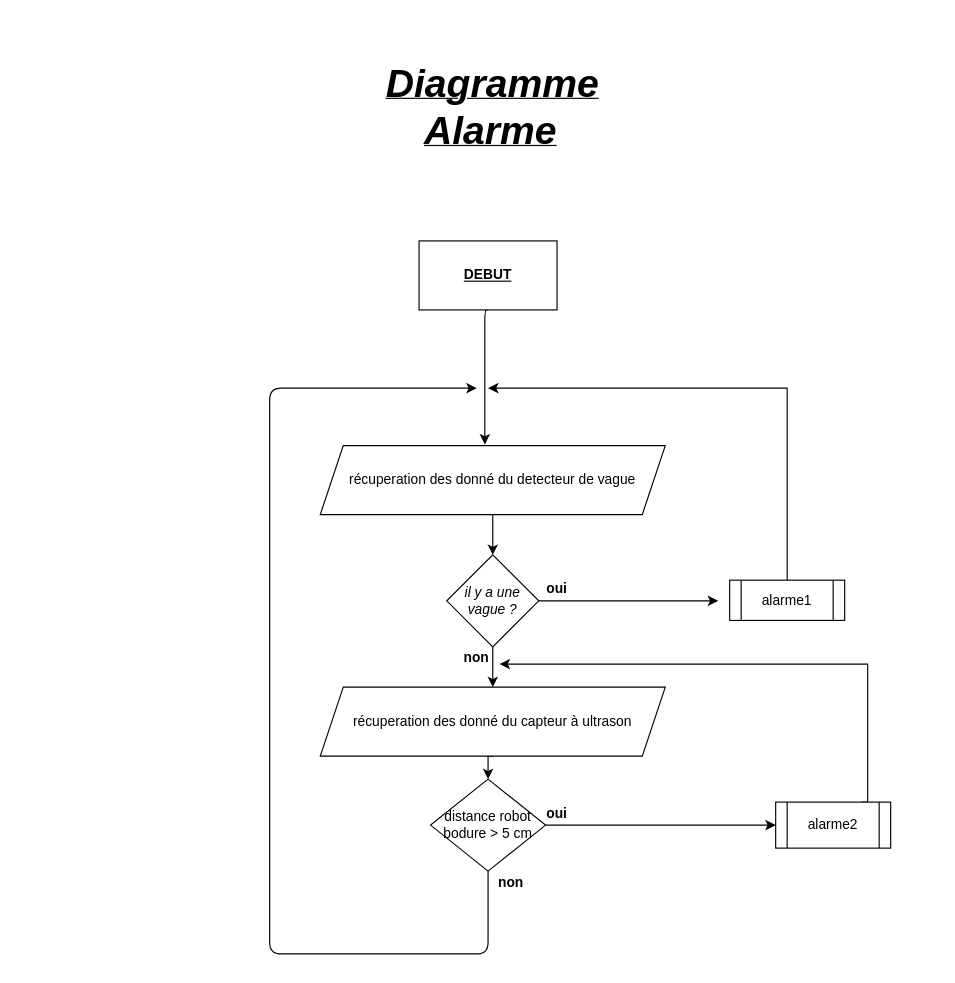
The draw.io diagram Untitled Diagram.drawio in drovrak/ProjetSI-2021-, before the edit. Source tidied: cells renumbered, new cells numbered last; positions are measured from the earlier drawing's top-left corner, leaving out a move shared by most shapes. Both pictures are drawn from the tidied source at 115%, with x=0, y=0 at pixel (269, 20).
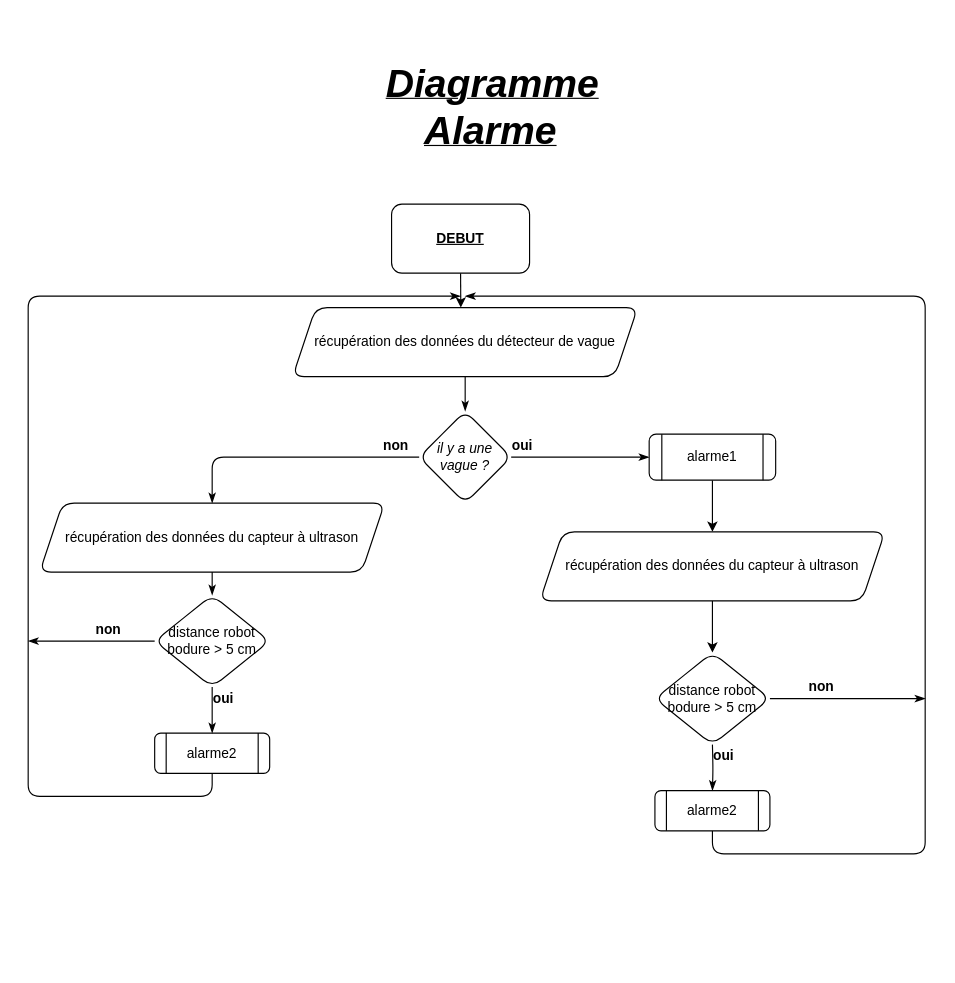
The same diagram, later.

The edit, as a diff of the source:
```diff
@@
-    <mxCell id="2" style="edgeStyle=orthogonalEdgeStyle;jettySize=auto;html=1;exitX=0.5;exitY=1;exitDx=0;exitDy=0;entryX=0.477;entryY=-0.017;entryDx=0;entryDy=0;entryPerimeter=0;" parent="1" edge="1" source="3" target="5">
-      <mxGeometry relative="1" as="geometry">
-        <Array as="points">
-          <mxPoint x="187" y="252" />
-        </Array>
-      </mxGeometry>
-    </mxCell>
+    <mxCell id="23" style="edgeStyle=orthogonalEdgeStyle;jettySize=auto;html=1;exitX=0.5;exitY=1;exitDx=0;exitDy=0;sketch=0;shadow=0;" parent="1" edge="1" source="3">
+      <mxGeometry relative="1" as="geometry">
+        <mxPoint x="166.2" y="250" as="targetPoint" />
+      </mxGeometry>
+    </mxCell>
-    <mxCell id="3" value="&lt;b&gt;&lt;u&gt;DEBUT&lt;/u&gt;&lt;/b&gt;" style="whiteSpace=wrap;html=1;" parent="1" vertex="1">
-      <mxGeometry x="129.9" y="192" width="120" height="60" as="geometry" />
+    <mxCell id="3" value="&lt;b&gt;&lt;u&gt;DEBUT&lt;/u&gt;&lt;/b&gt;" style="whiteSpace=wrap;html=1;rounded=1;sketch=0;shadow=0;" parent="1" vertex="1">
+      <mxGeometry x="106" y="160" width="120" height="60" as="geometry" />
     </mxCell>
-    <mxCell id="4" style="edgeStyle=orthogonalEdgeStyle;rounded=0;jettySize=auto;html=1;exitX=0.5;exitY=1;exitDx=0;exitDy=0;entryX=0.5;entryY=0;entryDx=0;entryDy=0;" parent="1" edge="1" source="5" target="7">
-      <mxGeometry relative="1" as="geometry" />
-    </mxCell>
+    <mxCell id="24" style="edgeStyle=orthogonalEdgeStyle;rounded=1;sketch=0;jettySize=auto;html=1;exitX=0.5;exitY=1;exitDx=0;exitDy=0;shadow=0;endArrow=classicThin;endFill=1;" parent="1" edge="1" source="5">
+      <mxGeometry relative="1" as="geometry">
+        <mxPoint x="170" y="340" as="targetPoint" />
+      </mxGeometry>
+    </mxCell>
-    <mxCell id="5" value="récuperation des donné du detecteur de vague" style="shape=parallelogram;perimeter=parallelogramPerimeter;whiteSpace=wrap;html=1;fixedSize=1;" parent="1" vertex="1">
-      <mxGeometry x="44" y="370" width="300" height="60" as="geometry" />
+    <mxCell id="5" value="récupération des données du détecteur de vague" style="shape=parallelogram;perimeter=parallelogramPerimeter;whiteSpace=wrap;html=1;fixedSize=1;rounded=1;sketch=0;shadow=0;" parent="1" vertex="1">
+      <mxGeometry x="20" y="250" width="300" height="60" as="geometry" />
     </mxCell>
-    <mxCell id="6" style="edgeStyle=orthogonalEdgeStyle;rounded=0;jettySize=auto;html=1;exitX=0.5;exitY=1;exitDx=0;exitDy=0;entryX=0.5;entryY=0;entryDx=0;entryDy=0;" parent="1" edge="1" source="7" target="16">
+    <mxCell id="6" style="edgeStyle=orthogonalEdgeStyle;rounded=0;jettySize=auto;html=1;exitX=0.5;exitY=1;exitDx=0;exitDy=0;entryX=0.5;entryY=0;entryDx=0;entryDy=0;" parent="1" edge="1" source="7">
       <mxGeometry relative="1" as="geometry" />
     </mxCell>
+    <mxCell id="25" style="edgeStyle=orthogonalEdgeStyle;rounded=1;sketch=0;jettySize=auto;html=1;exitX=1;exitY=0.5;exitDx=0;exitDy=0;entryX=0;entryY=0.5;entryDx=0;entryDy=0;shadow=0;endArrow=classicThin;endFill=1;" parent="1" edge="1" source="7" target="29">
+      <mxGeometry relative="1" as="geometry" />
+    </mxCell>
+    <mxCell id="26" style="edgeStyle=orthogonalEdgeStyle;rounded=1;sketch=0;jettySize=auto;html=1;exitX=0;exitY=0.5;exitDx=0;exitDy=0;shadow=0;endArrow=classicThin;endFill=1;entryX=0.5;entryY=0;entryDx=0;entryDy=0;" parent="1" edge="1" source="7" target="37">
+      <mxGeometry relative="1" as="geometry" />
+    </mxCell>
-    <mxCell id="7" value="&lt;i&gt;il y a une vague ?&lt;/i&gt;" style="rhombus;whiteSpace=wrap;html=1;" parent="1" vertex="1">
-      <mxGeometry x="154" y="465" width="80" height="80" as="geometry" />
+    <mxCell id="7" value="&lt;i&gt;il y a une vague ?&lt;/i&gt;" style="rhombus;whiteSpace=wrap;html=1;rounded=1;sketch=0;shadow=0;" parent="1" vertex="1">
+      <mxGeometry x="130" y="340" width="80" height="80" as="geometry" />
     </mxCell>
-    <mxCell id="8" style="endArrow=classic;html=1;exitX=1;exitY=0.5;exitDx=0;exitDy=0;entryX=0;entryY=0.5;entryDx=0;entryDy=0;" parent="1" edge="1" source="7">
-      <mxGeometry relative="1" as="geometry">
-        <mxPoint x="389.9" y="505" as="targetPoint" />
-      </mxGeometry>
-    </mxCell>
-    <mxCell id="9" value="&lt;b&gt;oui&lt;/b&gt;" style="text;html=1;strokeColor=none;fillColor=none;align=center;verticalAlign=middle;whiteSpace=wrap;" parent="1" vertex="1">
-      <mxGeometry x="229.9" y="485" width="40" height="20" as="geometry" />
+    <mxCell id="9" value="&lt;b&gt;oui&lt;/b&gt;" style="text;html=1;fillColor=none;align=center;verticalAlign=middle;whiteSpace=wrap;rounded=1;sketch=0;shadow=0;" parent="1" vertex="1">
+      <mxGeometry x="200" y="360" width="40" height="20" as="geometry" />
     </mxCell>
-    <mxCell id="10" value="&lt;b&gt;non&lt;/b&gt;" style="text;html=1;strokeColor=none;fillColor=none;align=center;verticalAlign=middle;whiteSpace=wrap;" parent="1" vertex="1">
-      <mxGeometry x="160" y="545" width="40" height="20" as="geometry" />
+    <mxCell id="10" value="&lt;b&gt;non&lt;/b&gt;" style="text;html=1;fillColor=none;align=center;verticalAlign=middle;whiteSpace=wrap;rounded=1;sketch=0;shadow=0;" parent="1" vertex="1">
+      <mxGeometry x="90" y="360" width="40" height="20" as="geometry" />
     </mxCell>
-    <mxCell id="11" style="edgeStyle=orthogonalEdgeStyle;jettySize=auto;html=1;entryX=0;entryY=0.5;entryDx=0;entryDy=0;" parent="1" edge="1" source="13">
-      <mxGeometry relative="1" as="geometry">
-        <mxPoint x="440" y="700" as="targetPoint" />
-        <Array as="points">
-          <mxPoint x="300" y="700" />
-          <mxPoint x="300" y="700" />
-        </Array>
-      </mxGeometry>
-    </mxCell>
-    <mxCell id="12" style="edgeStyle=orthogonalEdgeStyle;jettySize=auto;html=1;exitX=0.5;exitY=1;exitDx=0;exitDy=0;" parent="1" edge="1" source="13">
-      <mxGeometry relative="1" as="geometry">
-        <mxPoint x="180" y="320" as="targetPoint" />
-        <Array as="points">
-          <mxPoint x="190" y="812" />
-          <mxPoint y="812" />
-          <mxPoint y="320" />
-        </Array>
-      </mxGeometry>
-    </mxCell>
-    <mxCell id="13" value="distance robot bodure &amp;gt; 5 cm" style="rhombus;whiteSpace=wrap;html=1;" parent="1" vertex="1">
-      <mxGeometry x="139.9" y="660" width="100" height="80" as="geometry" />
-    </mxCell>
-    <mxCell id="14" value="&lt;b&gt;oui&lt;/b&gt;" style="text;html=1;strokeColor=none;fillColor=none;align=center;verticalAlign=middle;whiteSpace=wrap;" parent="1" vertex="1">
-      <mxGeometry x="229.9" y="680" width="40" height="20" as="geometry" />
+    <mxCell id="14" value="&lt;b&gt;oui&lt;/b&gt;" style="text;html=1;fillColor=none;align=center;verticalAlign=middle;whiteSpace=wrap;rounded=1;sketch=0;shadow=0;" parent="1" vertex="1">
+      <mxGeometry x="-60" y="580" width="40" height="20" as="geometry" />
     </mxCell>
+    <mxCell id="27" style="edgeStyle=orthogonalEdgeStyle;rounded=1;orthogonalLoop=1;jettySize=auto;html=1;exitX=0;exitY=0.5;exitDx=0;exitDy=0;sketch=0;shadow=0;" parent="1" edge="1">
+      <mxGeometry relative="1" as="geometry">
+        <mxPoint x="-48" y="590" as="targetPoint" />
+      </mxGeometry>
+    </mxCell>
-    <mxCell id="15" style="edgeStyle=orthogonalEdgeStyle;rounded=0;jettySize=auto;html=1;exitX=0.5;exitY=1;exitDx=0;exitDy=0;entryX=0.5;entryY=0;entryDx=0;entryDy=0;" parent="1" edge="1" source="16" target="13">
+    <mxCell id="15" style="edgeStyle=orthogonalEdgeStyle;rounded=0;orthogonalLoop=1;jettySize=auto;html=1;exitX=0.5;exitY=1;exitDx=0;exitDy=0;entryX=0.5;entryY=0;entryDx=0;entryDy=0;" parent="1" edge="1">
       <mxGeometry relative="1" as="geometry" />
     </mxCell>
-    <mxCell id="16" value="récuperation des donné du capteur à ultrason" style="shape=parallelogram;perimeter=parallelogramPerimeter;whiteSpace=wrap;html=1;fixedSize=1;" parent="1" vertex="1">
-      <mxGeometry x="44" y="580" width="300" height="60" as="geometry" />
-    </mxCell>
-    <mxCell id="17" value="&lt;b&gt;non&lt;/b&gt;" style="text;html=1;strokeColor=none;fillColor=none;align=center;verticalAlign=middle;whiteSpace=wrap;" parent="1" vertex="1">
-      <mxGeometry x="189.9" y="740" width="40" height="20" as="geometry" />
+    <mxCell id="17" value="&lt;b&gt;non&lt;/b&gt;" style="text;html=1;fillColor=none;align=center;verticalAlign=middle;whiteSpace=wrap;rounded=1;sketch=0;shadow=0;" parent="1" vertex="1">
+      <mxGeometry x="-160" y="520" width="40" height="20" as="geometry" />
     </mxCell>
-    <mxCell id="18" value="&lt;b&gt;&lt;u&gt;&lt;i&gt;&lt;font style=&quot;font-size: 34px&quot;&gt;Diagramme Alarme&lt;/font&gt;&lt;/i&gt;&lt;/u&gt;&lt;/b&gt;&amp;nbsp;" style="text;html=1;strokeColor=none;fillColor=none;align=center;verticalAlign=middle;whiteSpace=wrap;rounded=0;sketch=0;" parent="1" vertex="1">
+    <mxCell id="18" value="&lt;b&gt;&lt;u&gt;&lt;i&gt;&lt;font style=&quot;font-size: 34px&quot;&gt;Diagramme Alarme&lt;/font&gt;&lt;/i&gt;&lt;/u&gt;&lt;/b&gt;&amp;nbsp;" style="text;html=1;strokeColor=none;fillColor=none;align=center;verticalAlign=middle;whiteSpace=wrap;rounded=1;" parent="1" vertex="1">
       <mxGeometry x="44" width="300" height="150" as="geometry" />
     </mxCell>
-    <mxCell id="19" style="edgeStyle=orthogonalEdgeStyle;rounded=0;jettySize=auto;html=1;exitX=0.5;exitY=0;exitDx=0;exitDy=0;" parent="1" edge="1" source="20">
-      <mxGeometry relative="1" as="geometry">
-        <mxPoint x="190" y="320" as="targetPoint" />
-        <Array as="points">
-          <mxPoint x="450" y="320" />
-        </Array>
-      </mxGeometry>
-    </mxCell>
+    <mxCell id="28" style="edgeStyle=orthogonalEdgeStyle;jettySize=auto;html=1;exitX=0.5;exitY=1;exitDx=0;exitDy=0;entryX=0.5;entryY=0;entryDx=0;entryDy=0;sketch=0;shadow=0;" parent="1" edge="1" source="29" target="32">
+      <mxGeometry relative="1" as="geometry" />
+    </mxCell>
+    <mxCell id="29" value="alarme1" style="shape=process;whiteSpace=wrap;html=1;backgroundOutline=1;rounded=1;sketch=0;shadow=0;" parent="1" vertex="1">
+      <mxGeometry x="330" y="360" width="110" height="40" as="geometry" />
+    </mxCell>
+    <mxCell id="30" style="edgeStyle=orthogonalEdgeStyle;rounded=1;sketch=0;jettySize=auto;html=1;exitX=0.5;exitY=1;exitDx=0;exitDy=0;shadow=0;endArrow=classicThin;endFill=1;" parent="1" edge="1" source="20">
+      <mxGeometry relative="1" as="geometry">
+        <mxPoint x="166" y="240" as="targetPoint" />
+        <Array as="points">
+          <mxPoint x="-50" y="675" />
+          <mxPoint x="-210" y="675" />
+          <mxPoint x="-210" y="240" />
+          <mxPoint x="106" y="240" />
+        </Array>
+      </mxGeometry>
+    </mxCell>
-    <mxCell id="20" value="alarme1" style="shape=process;whiteSpace=wrap;html=1;backgroundOutline=1;" parent="1" vertex="1">
-      <mxGeometry x="400" y="487" width="100" height="35" as="geometry" />
+    <mxCell id="20" value="alarme2" style="shape=process;whiteSpace=wrap;html=1;backgroundOutline=1;sketch=0;shadow=0;rounded=1;" parent="1" vertex="1">
+      <mxGeometry x="-100" y="620" width="100" height="35" as="geometry" />
     </mxCell>
-    <mxCell id="21" style="edgeStyle=orthogonalEdgeStyle;rounded=0;jettySize=auto;html=1;exitX=0.75;exitY=0;exitDx=0;exitDy=0;" parent="1" edge="1" source="22">
-      <mxGeometry relative="1" as="geometry">
-        <mxPoint x="200" y="560" as="targetPoint" />
-        <Array as="points">
-          <mxPoint x="520" y="680" />
-          <mxPoint x="520" y="560" />
-        </Array>
-      </mxGeometry>
-    </mxCell>
+    <mxCell id="31" style="edgeStyle=orthogonalEdgeStyle;jettySize=auto;html=1;exitX=0.5;exitY=1;exitDx=0;exitDy=0;entryX=0.5;entryY=0;entryDx=0;entryDy=0;sketch=0;shadow=0;" parent="1" edge="1" source="32" target="35">
+      <mxGeometry relative="1" as="geometry" />
+    </mxCell>
+    <mxCell id="32" value="récupération des données du capteur à ultrason" style="shape=parallelogram;perimeter=parallelogramPerimeter;whiteSpace=wrap;html=1;fixedSize=1;rounded=1;sketch=0;shadow=0;" parent="1" vertex="1">
+      <mxGeometry x="235" y="445" width="300" height="60" as="geometry" />
+    </mxCell>
+    <mxCell id="33" style="edgeStyle=orthogonalEdgeStyle;jettySize=auto;html=1;exitX=0.5;exitY=1;exitDx=0;exitDy=0;entryX=0.5;entryY=0;entryDx=0;entryDy=0;" parent="1" edge="1" source="35">
+      <mxGeometry relative="1" as="geometry" />
+    </mxCell>
+    <mxCell id="34" style="edgeStyle=orthogonalEdgeStyle;rounded=1;sketch=0;jettySize=auto;html=1;exitX=1;exitY=0.5;exitDx=0;exitDy=0;shadow=0;endArrow=classicThin;endFill=1;" parent="1" edge="1" source="35">
+      <mxGeometry relative="1" as="geometry">
+        <mxPoint x="570" y="590" as="targetPoint" />
+      </mxGeometry>
+    </mxCell>
+    <mxCell id="35" value="distance robot bodure &amp;gt; 5 cm" style="rhombus;whiteSpace=wrap;html=1;rounded=1;sketch=0;shadow=0;" parent="1" vertex="1">
+      <mxGeometry x="335" y="550" width="100" height="80" as="geometry" />
+    </mxCell>
+    <mxCell id="36" style="edgeStyle=orthogonalEdgeStyle;rounded=1;sketch=0;jettySize=auto;html=1;exitX=0.5;exitY=1;exitDx=0;exitDy=0;entryX=0.5;entryY=0;entryDx=0;entryDy=0;shadow=0;endArrow=classicThin;endFill=1;" parent="1" edge="1" source="37" target="40">
+      <mxGeometry relative="1" as="geometry" />
+    </mxCell>
+    <mxCell id="37" value="récupération des données du capteur à ultrason" style="shape=parallelogram;perimeter=parallelogramPerimeter;whiteSpace=wrap;html=1;fixedSize=1;rounded=1;sketch=0;shadow=0;" parent="1" vertex="1">
+      <mxGeometry x="-200" y="420" width="300" height="60" as="geometry" />
+    </mxCell>
+    <mxCell id="38" style="edgeStyle=orthogonalEdgeStyle;rounded=1;sketch=0;jettySize=auto;html=1;exitX=0.5;exitY=1;exitDx=0;exitDy=0;entryX=0.5;entryY=0;entryDx=0;entryDy=0;shadow=0;endArrow=classicThin;endFill=1;" parent="1" edge="1" source="40" target="20">
+      <mxGeometry relative="1" as="geometry" />
+    </mxCell>
+    <mxCell id="39" style="edgeStyle=orthogonalEdgeStyle;rounded=1;sketch=0;jettySize=auto;html=1;exitX=0;exitY=0.5;exitDx=0;exitDy=0;shadow=0;endArrow=classicThin;endFill=1;" parent="1" edge="1" source="40">
+      <mxGeometry relative="1" as="geometry">
+        <mxPoint x="-210" y="540" as="targetPoint" />
+      </mxGeometry>
+    </mxCell>
+    <mxCell id="40" value="distance robot bodure &amp;gt; 5 cm" style="rhombus;whiteSpace=wrap;html=1;rounded=1;sketch=0;shadow=0;" parent="1" vertex="1">
+      <mxGeometry x="-100" y="500" width="100" height="80" as="geometry" />
+    </mxCell>
+    <mxCell id="41" value="&lt;b&gt;oui&lt;/b&gt;" style="text;html=1;fillColor=none;align=center;verticalAlign=middle;whiteSpace=wrap;rounded=1;sketch=0;shadow=0;" parent="1" vertex="1">
+      <mxGeometry x="375" y="630" width="40" height="20" as="geometry" />
+    </mxCell>
+    <mxCell id="42" style="edgeStyle=orthogonalEdgeStyle;rounded=1;sketch=0;jettySize=auto;html=1;exitX=0.5;exitY=1;exitDx=0;exitDy=0;shadow=0;endArrow=classicThin;endFill=1;" parent="1" edge="1" source="22">
+      <mxGeometry relative="1" as="geometry">
+        <mxPoint x="170" y="240" as="targetPoint" />
+        <Array as="points">
+          <mxPoint x="385" y="725" />
+          <mxPoint x="570" y="725" />
+          <mxPoint x="570" y="240" />
+        </Array>
+      </mxGeometry>
+    </mxCell>
-    <mxCell id="22" value="alarme2" style="shape=process;whiteSpace=wrap;html=1;backgroundOutline=1;" parent="1" vertex="1">
-      <mxGeometry x="440" y="680" width="100" height="40" as="geometry" />
+    <mxCell id="22" value="alarme2" style="shape=process;whiteSpace=wrap;html=1;backgroundOutline=1;sketch=0;shadow=0;rounded=1;" parent="1" vertex="1">
+      <mxGeometry x="335" y="670" width="100" height="35" as="geometry" />
     </mxCell>
+    <mxCell id="43" style="edgeStyle=orthogonalEdgeStyle;rounded=1;sketch=0;jettySize=auto;html=1;exitX=0.5;exitY=1;exitDx=0;exitDy=0;entryX=0.5;entryY=0;entryDx=0;entryDy=0;shadow=0;endArrow=classicThin;endFill=1;" parent="1" edge="1" target="22">
+      <mxGeometry relative="1" as="geometry">
+        <mxPoint x="385" y="630" as="sourcePoint" />
+      </mxGeometry>
+    </mxCell>
+    <mxCell id="44" value="&lt;b&gt;non&lt;/b&gt;" style="text;html=1;fillColor=none;align=center;verticalAlign=middle;whiteSpace=wrap;rounded=1;sketch=0;shadow=0;" parent="1" vertex="1">
+      <mxGeometry x="460" y="570" width="40" height="20" as="geometry" />
+    </mxCell>
```
